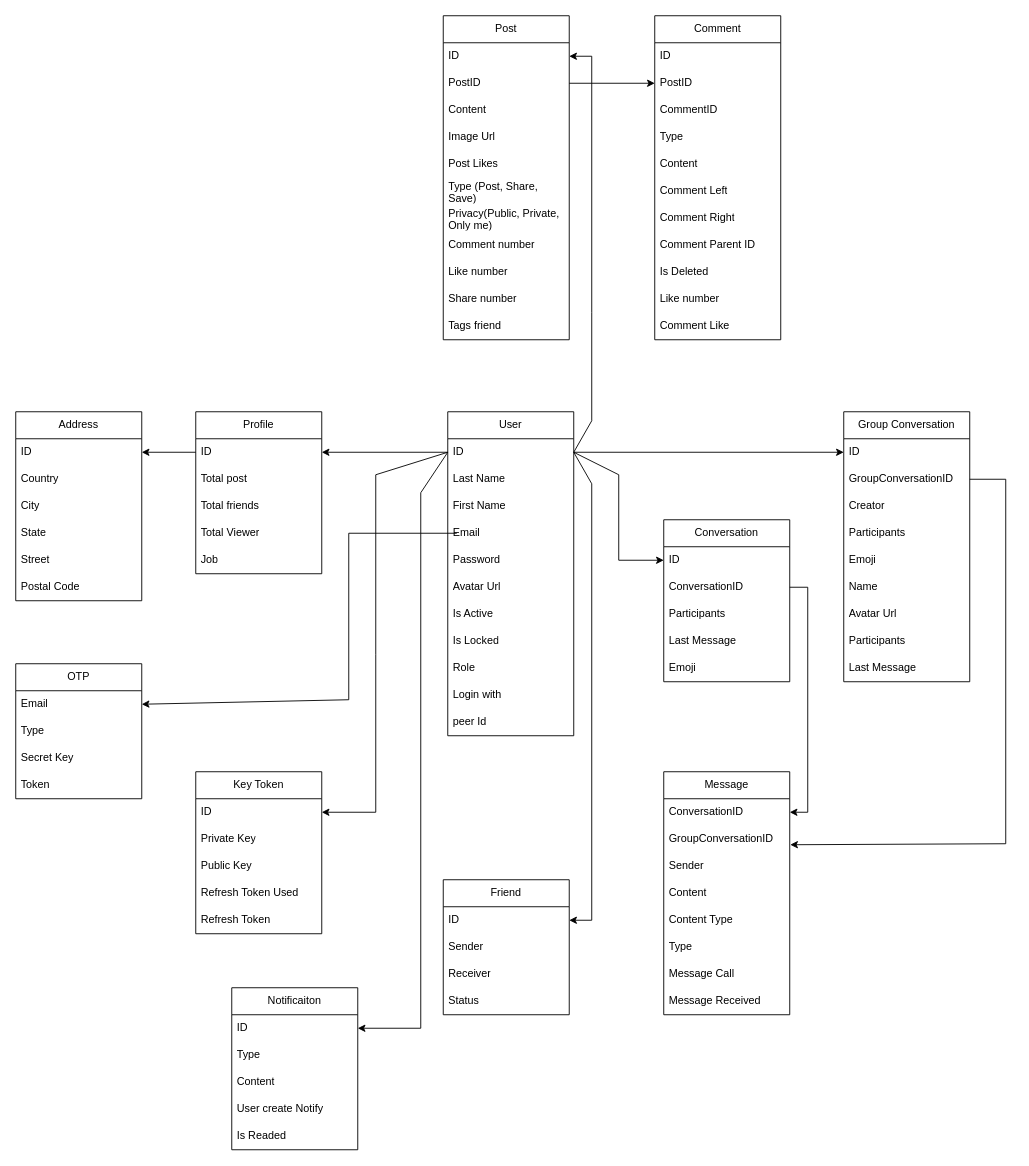
hoangdat12/chat-app keeps this draw.io diagram as chat-app-server/socialMedia.drawio. Above is the earlier version. Source tidied: cells renumbered, new cells numbered last; positions are measured from the earlier drawing's top-left corner, leaving out a move shared by most shapes. Both pictures are drawn from the tidied source at 90%, with x=0, y=0 at pixel (15, 15).
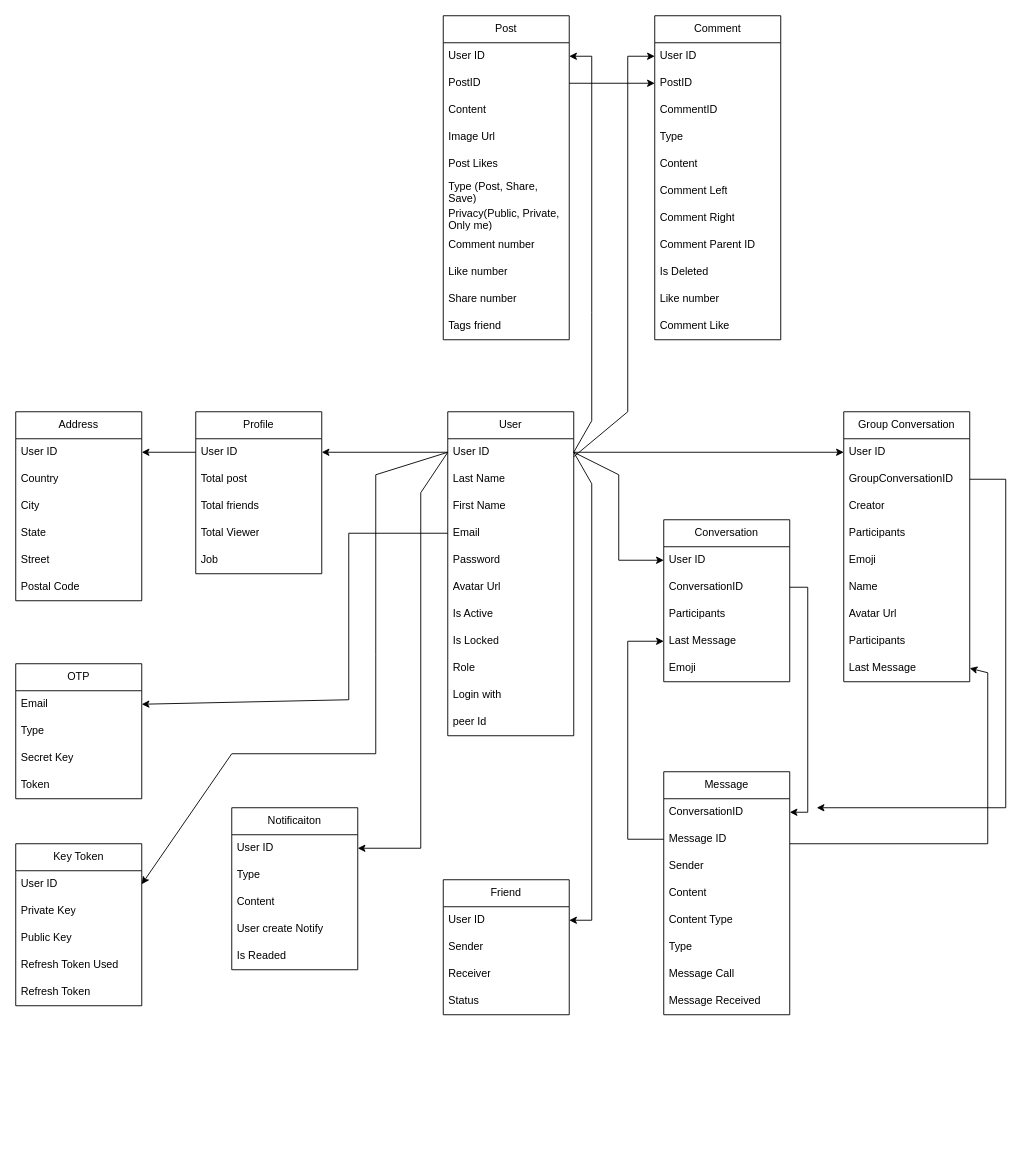
The same diagram, later.

Unchanged cells that the change refers to:
```xml
<mxCell id="2" value="User" style="swimlane;fontStyle=0;horizontal=1;startSize=30;whiteSpace=wrap;html=1;" parent="1" vertex="1">
  <mxGeometry x="480" y="440" width="140" height="360" as="geometry" />
</mxCell>
<mxCell id="14" value="Profile" style="swimlane;fontStyle=0;horizontal=1;startSize=30;whiteSpace=wrap;html=1;" parent="1" vertex="1">
  <mxGeometry x="200" y="440" width="140" height="180" as="geometry" />
</mxCell>
<mxCell id="20" value="Address" style="swimlane;fontStyle=0;horizontal=1;startSize=30;whiteSpace=wrap;html=1;" parent="1" vertex="1">
  <mxGeometry y="440" width="140" height="210" as="geometry" />
</mxCell>
<mxCell id="27" value="Post" style="swimlane;fontStyle=0;horizontal=1;startSize=30;whiteSpace=wrap;html=1;" parent="1" vertex="1">
  <mxGeometry x="475" width="140" height="360" as="geometry" />
</mxCell>
<mxCell id="39" value="Conversation" style="swimlane;fontStyle=0;horizontal=1;startSize=30;whiteSpace=wrap;html=1;" parent="1" vertex="1">
  <mxGeometry x="720" y="560" width="140" height="180" as="geometry" />
</mxCell>
<mxCell id="43" value="Last Message" style="text;strokeColor=none;fillColor=none;align=left;verticalAlign=middle;spacingLeft=4;spacingRight=4;overflow=hidden;points=[[0,0.5],[1,0.5]];portConstraint=eastwest;whiteSpace=wrap;html=1;" parent="39" vertex="1">
  <mxGeometry y="120" width="140" height="30" as="geometry" />
</mxCell>
<mxCell id="45" value="Group Conversation" style="swimlane;fontStyle=0;horizontal=1;startSize=30;whiteSpace=wrap;html=1;" parent="1" vertex="1">
  <mxGeometry x="920" y="440" width="140" height="300" as="geometry" />
</mxCell>
<mxCell id="47" value="GroupConversationID" style="text;strokeColor=none;fillColor=none;align=left;verticalAlign=middle;spacingLeft=4;spacingRight=4;overflow=hidden;points=[[0,0.5],[1,0.5]];portConstraint=eastwest;whiteSpace=wrap;html=1;" parent="45" vertex="1">
  <mxGeometry y="60" width="140" height="30" as="geometry" />
</mxCell>
<mxCell id="54" value="Last Message" style="text;strokeColor=none;fillColor=none;align=left;verticalAlign=middle;spacingLeft=4;spacingRight=4;overflow=hidden;points=[[0,0.5],[1,0.5]];portConstraint=eastwest;whiteSpace=wrap;html=1;" parent="45" vertex="1">
  <mxGeometry y="270" width="140" height="30" as="geometry" />
</mxCell>
<mxCell id="55" value="Message" style="swimlane;fontStyle=0;horizontal=1;startSize=30;whiteSpace=wrap;html=1;" parent="1" vertex="1">
  <mxGeometry x="720" y="840" width="140" height="270" as="geometry" />
</mxCell>
<mxCell id="64" value="Comment" style="swimlane;fontStyle=0;horizontal=1;startSize=30;whiteSpace=wrap;html=1;" parent="1" vertex="1">
  <mxGeometry x="710" width="140" height="360" as="geometry" />
</mxCell>
<mxCell id="82" value="Friend" style="swimlane;fontStyle=0;horizontal=1;startSize=30;whiteSpace=wrap;html=1;" parent="1" vertex="1">
  <mxGeometry x="475" y="960" width="140" height="150" as="geometry" />
</mxCell>
<mxCell id="94" value="Email" style="text;strokeColor=none;fillColor=none;align=left;verticalAlign=middle;spacingLeft=4;spacingRight=4;overflow=hidden;points=[[0,0.5],[1,0.5]];portConstraint=eastwest;whiteSpace=wrap;html=1;" parent="93" vertex="1">
  <mxGeometry y="30" width="140" height="30" as="geometry" />
</mxCell>
```

The edit, as a diff of the source:
```diff
@@
-    <mxCell id="3" value="ID" style="text;strokeColor=none;fillColor=none;align=left;verticalAlign=middle;spacingLeft=4;spacingRight=4;overflow=hidden;points=[[0,0.5],[1,0.5]];portConstraint=eastwest;whiteSpace=wrap;html=1;" parent="2" vertex="1">
+    <mxCell id="3" value="User ID" style="text;strokeColor=none;fillColor=none;align=left;verticalAlign=middle;spacingLeft=4;spacingRight=4;overflow=hidden;points=[[0,0.5],[1,0.5]];portConstraint=eastwest;whiteSpace=wrap;html=1;" parent="2" vertex="1">
       <mxGeometry y="30" width="140" height="30" as="geometry" />
     </mxCell>
@@
-    <mxCell id="15" value="ID" style="text;strokeColor=none;fillColor=none;align=left;verticalAlign=middle;spacingLeft=4;spacingRight=4;overflow=hidden;points=[[0,0.5],[1,0.5]];portConstraint=eastwest;whiteSpace=wrap;html=1;" parent="14" vertex="1">
+    <mxCell id="15" value="User ID" style="text;strokeColor=none;fillColor=none;align=left;verticalAlign=middle;spacingLeft=4;spacingRight=4;overflow=hidden;points=[[0,0.5],[1,0.5]];portConstraint=eastwest;whiteSpace=wrap;html=1;" parent="14" vertex="1">
       <mxGeometry y="30" width="140" height="30" as="geometry" />
     </mxCell>
@@
-    <mxCell id="21" value="ID" style="text;strokeColor=none;fillColor=none;align=left;verticalAlign=middle;spacingLeft=4;spacingRight=4;overflow=hidden;points=[[0,0.5],[1,0.5]];portConstraint=eastwest;whiteSpace=wrap;html=1;" parent="20" vertex="1">
+    <mxCell id="21" value="User ID" style="text;strokeColor=none;fillColor=none;align=left;verticalAlign=middle;spacingLeft=4;spacingRight=4;overflow=hidden;points=[[0,0.5],[1,0.5]];portConstraint=eastwest;whiteSpace=wrap;html=1;" parent="20" vertex="1">
       <mxGeometry y="30" width="140" height="30" as="geometry" />
     </mxCell>
@@
-    <mxCell id="28" value="ID" style="text;strokeColor=none;fillColor=none;align=left;verticalAlign=middle;spacingLeft=4;spacingRight=4;overflow=hidden;points=[[0,0.5],[1,0.5]];portConstraint=eastwest;whiteSpace=wrap;html=1;" parent="27" vertex="1">
+    <mxCell id="28" value="User ID" style="text;strokeColor=none;fillColor=none;align=left;verticalAlign=middle;spacingLeft=4;spacingRight=4;overflow=hidden;points=[[0,0.5],[1,0.5]];portConstraint=eastwest;whiteSpace=wrap;html=1;" parent="27" vertex="1">
       <mxGeometry y="30" width="140" height="30" as="geometry" />
     </mxCell>
@@
-    <mxCell id="40" value="ID" style="text;strokeColor=none;fillColor=none;align=left;verticalAlign=middle;spacingLeft=4;spacingRight=4;overflow=hidden;points=[[0,0.5],[1,0.5]];portConstraint=eastwest;whiteSpace=wrap;html=1;" parent="39" vertex="1">
+    <mxCell id="40" value="User ID" style="text;strokeColor=none;fillColor=none;align=left;verticalAlign=middle;spacingLeft=4;spacingRight=4;overflow=hidden;points=[[0,0.5],[1,0.5]];portConstraint=eastwest;whiteSpace=wrap;html=1;" parent="39" vertex="1">
       <mxGeometry y="30" width="140" height="30" as="geometry" />
     </mxCell>
@@
-    <mxCell id="46" value="ID" style="text;strokeColor=none;fillColor=none;align=left;verticalAlign=middle;spacingLeft=4;spacingRight=4;overflow=hidden;points=[[0,0.5],[1,0.5]];portConstraint=eastwest;whiteSpace=wrap;html=1;" parent="45" vertex="1">
+    <mxCell id="46" value="User ID" style="text;strokeColor=none;fillColor=none;align=left;verticalAlign=middle;spacingLeft=4;spacingRight=4;overflow=hidden;points=[[0,0.5],[1,0.5]];portConstraint=eastwest;whiteSpace=wrap;html=1;" parent="45" vertex="1">
       <mxGeometry y="30" width="140" height="30" as="geometry" />
     </mxCell>
@@
-    <mxCell id="57" value="GroupConversationID" style="text;strokeColor=none;fillColor=none;align=left;verticalAlign=middle;spacingLeft=4;spacingRight=4;overflow=hidden;points=[[0,0.5],[1,0.5]];portConstraint=eastwest;whiteSpace=wrap;html=1;" parent="55" vertex="1">
+    <mxCell id="57" value="Message ID" style="text;strokeColor=none;fillColor=none;align=left;verticalAlign=middle;spacingLeft=4;spacingRight=4;overflow=hidden;points=[[0,0.5],[1,0.5]];portConstraint=eastwest;whiteSpace=wrap;html=1;" parent="55" vertex="1">
       <mxGeometry y="60" width="140" height="30" as="geometry" />
     </mxCell>
@@
-    <mxCell id="65" value="ID" style="text;strokeColor=none;fillColor=none;align=left;verticalAlign=middle;spacingLeft=4;spacingRight=4;overflow=hidden;points=[[0,0.5],[1,0.5]];portConstraint=eastwest;whiteSpace=wrap;html=1;" parent="64" vertex="1">
+    <mxCell id="65" value="User ID" style="text;strokeColor=none;fillColor=none;align=left;verticalAlign=middle;spacingLeft=4;spacingRight=4;overflow=hidden;points=[[0,0.5],[1,0.5]];portConstraint=eastwest;whiteSpace=wrap;html=1;" parent="64" vertex="1">
       <mxGeometry y="30" width="140" height="30" as="geometry" />
     </mxCell>
@@
     <mxCell id="76" value="Notificaiton" style="swimlane;fontStyle=0;horizontal=1;startSize=30;whiteSpace=wrap;html=1;" parent="1" vertex="1">
-      <mxGeometry x="240" y="1080" width="140" height="180" as="geometry" />
+      <mxGeometry x="240" y="880" width="140" height="180" as="geometry" />
     </mxCell>
-    <mxCell id="77" value="ID" style="text;strokeColor=none;fillColor=none;align=left;verticalAlign=middle;spacingLeft=4;spacingRight=4;overflow=hidden;points=[[0,0.5],[1,0.5]];portConstraint=eastwest;whiteSpace=wrap;html=1;" parent="76" vertex="1">
+    <mxCell id="77" value="User ID" style="text;strokeColor=none;fillColor=none;align=left;verticalAlign=middle;spacingLeft=4;spacingRight=4;overflow=hidden;points=[[0,0.5],[1,0.5]];portConstraint=eastwest;whiteSpace=wrap;html=1;" parent="76" vertex="1">
       <mxGeometry y="30" width="140" height="30" as="geometry" />
     </mxCell>
@@
-    <mxCell id="83" value="ID" style="text;strokeColor=none;fillColor=none;align=left;verticalAlign=middle;spacingLeft=4;spacingRight=4;overflow=hidden;points=[[0,0.5],[1,0.5]];portConstraint=eastwest;whiteSpace=wrap;html=1;" parent="82" vertex="1">
+    <mxCell id="83" value="User ID" style="text;strokeColor=none;fillColor=none;align=left;verticalAlign=middle;spacingLeft=4;spacingRight=4;overflow=hidden;points=[[0,0.5],[1,0.5]];portConstraint=eastwest;whiteSpace=wrap;html=1;" parent="82" vertex="1">
       <mxGeometry y="30" width="140" height="30" as="geometry" />
     </mxCell>
@@
     <mxCell id="87" value="Key Token" style="swimlane;fontStyle=0;horizontal=1;startSize=30;whiteSpace=wrap;html=1;" parent="1" vertex="1">
-      <mxGeometry x="200" y="840" width="140" height="180" as="geometry" />
+      <mxGeometry y="920" width="140" height="180" as="geometry" />
     </mxCell>
-    <mxCell id="88" value="ID" style="text;strokeColor=none;fillColor=none;align=left;verticalAlign=middle;spacingLeft=4;spacingRight=4;overflow=hidden;points=[[0,0.5],[1,0.5]];portConstraint=eastwest;whiteSpace=wrap;html=1;" parent="87" vertex="1">
+    <mxCell id="88" value="User ID" style="text;strokeColor=none;fillColor=none;align=left;verticalAlign=middle;spacingLeft=4;spacingRight=4;overflow=hidden;points=[[0,0.5],[1,0.5]];portConstraint=eastwest;whiteSpace=wrap;html=1;" parent="87" vertex="1">
       <mxGeometry y="30" width="140" height="30" as="geometry" />
     </mxCell>
@@
-    <mxCell id="104" style="endArrow=classic;html=1;rounded=0;exitX=1;exitY=0.5;exitDx=0;exitDy=0;entryX=1.004;entryY=0.703;entryDx=0;entryDy=0;entryPerimeter=0;" parent="1" edge="1" source="47" target="57">
+    <mxCell id="104" style="endArrow=classic;html=1;rounded=0;exitX=1;exitY=0.5;exitDx=0;exitDy=0;" parent="1" edge="1" source="47">
       <mxGeometry relative="1" as="geometry">
+        <mxPoint x="890" y="880" as="targetPoint" />
         <Array as="points">
           <mxPoint x="1100" y="515" />
-          <mxPoint x="1100" y="920" />
+          <mxPoint x="1100" y="880" />
         </Array>
       </mxGeometry>
     </mxCell>
@@
-    <mxCell id="107" style="endArrow=classic;html=1;rounded=0;exitX=0;exitY=0.5;exitDx=0;exitDy=0;entryX=1;entryY=0.5;entryDx=0;entryDy=0;" parent="1" edge="1" target="94">
+    <mxCell id="107" style="endArrow=classic;html=1;rounded=0;entryX=1;entryY=0.5;entryDx=0;entryDy=0;" parent="1" edge="1" target="94">
       <mxGeometry relative="1" as="geometry">
-        <mxPoint x="490" y="575" as="sourcePoint" />
+        <mxPoint x="480" y="575" as="sourcePoint" />
         <Array as="points">
           <mxPoint x="450" y="575" />
           <mxPoint x="370" y="575" />
           <mxPoint x="370" y="760" />
         </Array>
       </mxGeometry>
     </mxCell>
     <mxCell id="108" style="endArrow=classic;html=1;rounded=0;entryX=1;entryY=0.5;entryDx=0;entryDy=0;exitX=0;exitY=0.5;exitDx=0;exitDy=0;" parent="1" edge="1" source="3" target="88">
       <mxGeometry relative="1" as="geometry">
         <Array as="points">
           <mxPoint x="400" y="510" />
           <mxPoint x="400" y="710" />
-          <mxPoint x="400" y="885" />
+          <mxPoint x="400" y="820" />
+          <mxPoint x="240" y="820" />
         </Array>
       </mxGeometry>
     </mxCell>
     <mxCell id="109" style="endArrow=classic;html=1;rounded=0;exitX=0;exitY=0.5;exitDx=0;exitDy=0;entryX=1;entryY=0.5;entryDx=0;entryDy=0;" parent="1" edge="1" source="3" target="77">
       <mxGeometry relative="1" as="geometry">
         <Array as="points">
           <mxPoint x="450" y="530" />
-          <mxPoint x="450" y="1125" />
+          <mxPoint x="450" y="925" />
         </Array>
       </mxGeometry>
     </mxCell>
+    <mxCell id="110" style="endArrow=classic;html=1;rounded=0;entryX=0;entryY=0.5;entryDx=0;entryDy=0;" parent="1" edge="1" target="65">
+      <mxGeometry relative="1" as="geometry">
+        <mxPoint x="620" y="490" as="sourcePoint" />
+        <Array as="points">
+          <mxPoint x="680" y="440" />
+          <mxPoint x="680" y="45" />
+        </Array>
+      </mxGeometry>
+    </mxCell>
+    <mxCell id="111" style="endArrow=classic;html=1;rounded=0;exitX=0;exitY=0.5;exitDx=0;exitDy=0;entryX=0;entryY=0.5;entryDx=0;entryDy=0;" parent="1" edge="1" source="57" target="43">
+      <mxGeometry relative="1" as="geometry">
+        <Array as="points">
+          <mxPoint x="680" y="915" />
+          <mxPoint x="680" y="695" />
+        </Array>
+      </mxGeometry>
+    </mxCell>
+    <mxCell id="112" style="endArrow=classic;html=1;rounded=0;exitX=1;exitY=0.667;exitDx=0;exitDy=0;entryX=1;entryY=0.5;entryDx=0;entryDy=0;exitPerimeter=0;" parent="1" edge="1" source="57" target="54">
+      <mxGeometry relative="1" as="geometry">
+        <Array as="points">
+          <mxPoint x="1080" y="920" />
+          <mxPoint x="1080" y="730" />
+        </Array>
+      </mxGeometry>
+    </mxCell>
```
